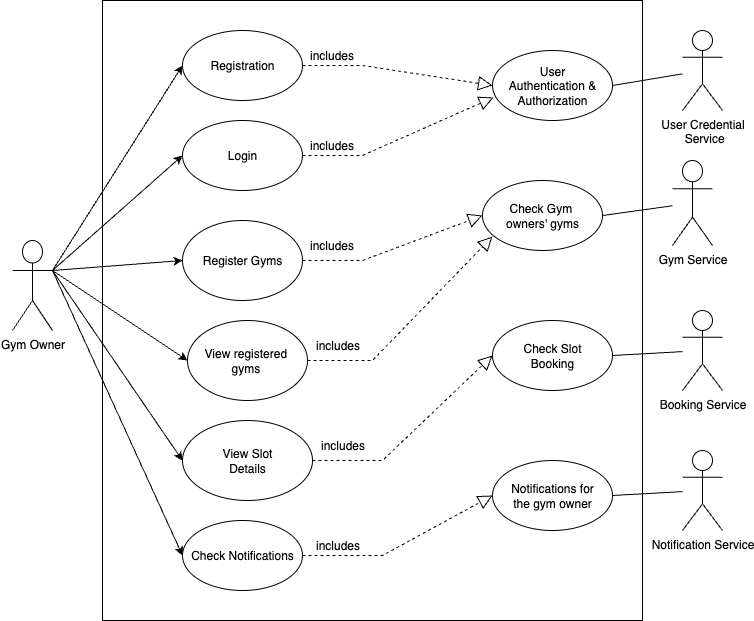
Before: UML-Artifacts/Flipfit-Usecase-Diagrams/gym-owner-UC.drawio.png, a diagram exported from draw.io (ihita2812/JEDI-Flipkart-Development-Group-B). Source tidied: cells renumbered, new cells last; positions are measured from the earlier drawing's top-left corner, leaving out a move shared by most shapes. The source it was exported from:
```xml
<mxGraphModel>
  <root>
    <mxCell id="0" />
    <mxCell id="1" parent="0" />
    <mxCell id="2" style="rounded=0;whiteSpace=wrap;html=1;" parent="1" vertex="1">
      <mxGeometry x="90" width="540" height="620" as="geometry" />
    </mxCell>
    <mxCell id="3" value="Gym Owner&lt;div&gt;&lt;br&gt;&lt;/div&gt;" style="shape=umlActor;verticalLabelPosition=bottom;verticalAlign=top;html=1;outlineConnect=0;" parent="1" vertex="1">
      <mxGeometry y="240" width="40" height="90" as="geometry" />
    </mxCell>
    <mxCell id="4" value="Registration" style="ellipse;whiteSpace=wrap;html=1;" parent="1" vertex="1">
      <mxGeometry x="170" y="30" width="120" height="70" as="geometry" />
    </mxCell>
    <mxCell id="5" style="endArrow=classic;html=1;rounded=0;exitX=1;exitY=0.3333333333333333;exitDx=0;exitDy=0;exitPerimeter=0;entryX=0;entryY=0.5;entryDx=0;entryDy=0;" parent="1" edge="1" source="3" target="4">
      <mxGeometry relative="1" as="geometry" />
    </mxCell>
    <mxCell id="6" value="Login" style="ellipse;whiteSpace=wrap;html=1;" parent="1" vertex="1">
      <mxGeometry x="170" y="120" width="120" height="70" as="geometry" />
    </mxCell>
    <mxCell id="7" style="endArrow=classic;html=1;rounded=0;exitX=1;exitY=0.3333333333333333;exitDx=0;exitDy=0;exitPerimeter=0;entryX=0;entryY=0.5;entryDx=0;entryDy=0;" parent="1" edge="1" source="3" target="6">
      <mxGeometry relative="1" as="geometry" />
    </mxCell>
    <mxCell id="8" value="View registered&amp;nbsp;&lt;div&gt;gyms&amp;nbsp;&lt;/div&gt;" style="ellipse;whiteSpace=wrap;html=1;" parent="1" vertex="1">
      <mxGeometry x="175" y="320" width="120" height="80" as="geometry" />
    </mxCell>
    <mxCell id="9" value="View Slot&lt;div&gt;Details&lt;/div&gt;" style="ellipse;whiteSpace=wrap;html=1;" parent="1" vertex="1">
      <mxGeometry x="170" y="420" width="130" height="80" as="geometry" />
    </mxCell>
    <mxCell id="10" value="User&lt;div&gt;Authentication &amp;amp;&lt;/div&gt;&lt;div&gt;Authorization&lt;/div&gt;" style="ellipse;whiteSpace=wrap;html=1;" parent="1" vertex="1">
      <mxGeometry x="480" y="50" width="120" height="70" as="geometry" />
    </mxCell>
    <mxCell id="11" style="endArrow=classic;html=1;rounded=0;exitX=1;exitY=0.3333333333333333;exitDx=0;exitDy=0;exitPerimeter=0;entryX=0;entryY=0.5;entryDx=0;entryDy=0;" parent="1" edge="1" source="3" target="8">
      <mxGeometry relative="1" as="geometry" />
    </mxCell>
    <mxCell id="12" style="endArrow=classic;html=1;rounded=0;exitX=1;exitY=0.3333333333333333;exitDx=0;exitDy=0;exitPerimeter=0;entryX=0;entryY=0.5;entryDx=0;entryDy=0;" parent="1" edge="1" source="3" target="9">
      <mxGeometry relative="1" as="geometry" />
    </mxCell>
    <mxCell id="13" value="Register Gyms" style="ellipse;whiteSpace=wrap;html=1;" parent="1" vertex="1">
      <mxGeometry x="170" y="220" width="120" height="80" as="geometry" />
    </mxCell>
    <mxCell id="14" style="endArrow=classic;html=1;rounded=0;entryX=0;entryY=0.5;entryDx=0;entryDy=0;" parent="1" edge="1" target="13">
      <mxGeometry relative="1" as="geometry">
        <mxPoint x="40" y="270" as="sourcePoint" />
      </mxGeometry>
    </mxCell>
    <mxCell id="15" value="User Credential&lt;div&gt;&amp;nbsp;Service&lt;/div&gt;" style="shape=umlActor;verticalLabelPosition=bottom;verticalAlign=top;html=1;outlineConnect=0;" parent="1" vertex="1">
      <mxGeometry x="670" y="30" width="40" height="80" as="geometry" />
    </mxCell>
    <mxCell id="16" value="Booking Service" style="shape=umlActor;verticalLabelPosition=bottom;verticalAlign=top;html=1;outlineConnect=0;" parent="1" vertex="1">
      <mxGeometry x="670" y="310" width="40" height="80" as="geometry" />
    </mxCell>
    <mxCell id="17" value="Gym Service" style="shape=umlActor;verticalLabelPosition=bottom;verticalAlign=top;html=1;outlineConnect=0;" parent="1" vertex="1">
      <mxGeometry x="660" y="160" width="40" height="85" as="geometry" />
    </mxCell>
    <mxCell id="18" value="Notification Service" style="shape=umlActor;verticalLabelPosition=bottom;verticalAlign=top;html=1;outlineConnect=0;" parent="1" vertex="1">
      <mxGeometry x="670" y="450" width="40" height="80" as="geometry" />
    </mxCell>
    <mxCell id="19" value="Check Notifications" style="ellipse;whiteSpace=wrap;html=1;" parent="1" vertex="1">
      <mxGeometry x="170" y="520" width="120" height="70" as="geometry" />
    </mxCell>
    <mxCell id="20" style="endArrow=classic;html=1;rounded=0;exitX=1;exitY=0.3333333333333333;exitDx=0;exitDy=0;exitPerimeter=0;entryX=0;entryY=0.5;entryDx=0;entryDy=0;" parent="1" edge="1" source="3" target="19">
      <mxGeometry relative="1" as="geometry" />
    </mxCell>
    <mxCell id="21" value="Notifications&amp;nbsp;&lt;span style=&quot;background-color: transparent; color: light-dark(rgb(0, 0, 0), rgb(255, 255, 255));&quot;&gt;for&lt;/span&gt;&lt;div&gt;&lt;span style=&quot;background-color: transparent; color: light-dark(rgb(0, 0, 0), rgb(255, 255, 255));&quot;&gt;the gym owner&lt;/span&gt;&lt;/div&gt;" style="ellipse;whiteSpace=wrap;html=1;" parent="1" vertex="1">
      <mxGeometry x="480" y="460" width="120" height="70" as="geometry" />
    </mxCell>
    <mxCell id="22" value="Check Slot&lt;br&gt;Booking" style="ellipse;whiteSpace=wrap;html=1;" parent="1" vertex="1">
      <mxGeometry x="480" y="320" width="120" height="70" as="geometry" />
    </mxCell>
    <mxCell id="23" value="Check Gym&amp;nbsp;&lt;div&gt;owners' gyms&lt;/div&gt;" style="ellipse;whiteSpace=wrap;html=1;" parent="1" vertex="1">
      <mxGeometry x="470" y="180" width="120" height="70" as="geometry" />
    </mxCell>
    <mxCell id="24" style="endArrow=block;dashed=1;endFill=0;endSize=12;html=1;rounded=0;exitX=1;exitY=0.5;exitDx=0;exitDy=0;entryX=0;entryY=0.5;entryDx=0;entryDy=0;" parent="1" edge="1" source="4" target="10">
      <mxGeometry relative="1" as="geometry">
        <Array as="points">
          <mxPoint x="350" y="65" />
        </Array>
      </mxGeometry>
    </mxCell>
    <mxCell id="25" value="includes" style="text;html=1;align=center;verticalAlign=middle;strokeColor=none;fillColor=none;" parent="1" vertex="1">
      <mxGeometry x="284" y="40" width="70" height="30" as="geometry" />
    </mxCell>
    <mxCell id="26" style="endArrow=block;dashed=1;endFill=0;endSize=12;html=1;rounded=0;exitX=1;exitY=0.5;exitDx=0;exitDy=0;entryX=0;entryY=0.5;entryDx=0;entryDy=0;" parent="1" edge="1" source="19" target="21">
      <mxGeometry relative="1" as="geometry">
        <Array as="points">
          <mxPoint x="370" y="555" />
        </Array>
      </mxGeometry>
    </mxCell>
    <mxCell id="27" style="endArrow=block;dashed=1;endFill=0;endSize=12;html=1;rounded=0;exitX=1;exitY=0.5;exitDx=0;exitDy=0;entryX=0;entryY=0.5;entryDx=0;entryDy=0;" parent="1" edge="1" source="9" target="22">
      <mxGeometry relative="1" as="geometry">
        <Array as="points">
          <mxPoint x="370" y="460" />
        </Array>
      </mxGeometry>
    </mxCell>
    <mxCell id="28" style="endArrow=block;dashed=1;endFill=0;endSize=12;html=1;rounded=0;entryX=0.083;entryY=0.8;entryDx=0;entryDy=0;exitX=1;exitY=0.5;exitDx=0;exitDy=0;entryPerimeter=0;" parent="1" edge="1" source="8" target="23">
      <mxGeometry relative="1" as="geometry">
        <Array as="points">
          <mxPoint x="360" y="360" />
        </Array>
      </mxGeometry>
    </mxCell>
    <mxCell id="29" style="endArrow=block;dashed=1;endFill=0;endSize=12;html=1;rounded=0;exitX=1;exitY=0.5;exitDx=0;exitDy=0;entryX=0;entryY=0.5;entryDx=0;entryDy=0;" parent="1" edge="1" source="13" target="23">
      <mxGeometry relative="1" as="geometry">
        <Array as="points">
          <mxPoint x="350" y="260" />
        </Array>
      </mxGeometry>
    </mxCell>
    <mxCell id="30" style="endArrow=block;dashed=1;endFill=0;endSize=12;html=1;rounded=0;exitX=1;exitY=0.5;exitDx=0;exitDy=0;entryX=0.008;entryY=0.671;entryDx=0;entryDy=0;entryPerimeter=0;" parent="1" edge="1" source="6" target="10">
      <mxGeometry relative="1" as="geometry">
        <Array as="points">
          <mxPoint x="350" y="155" />
        </Array>
      </mxGeometry>
    </mxCell>
    <mxCell id="31" value="includes" style="text;html=1;align=center;verticalAlign=middle;strokeColor=none;fillColor=none;" parent="1" vertex="1">
      <mxGeometry x="284" y="130" width="70" height="30" as="geometry" />
    </mxCell>
    <mxCell id="32" value="includes" style="text;html=1;align=center;verticalAlign=middle;strokeColor=none;fillColor=none;" parent="1" vertex="1">
      <mxGeometry x="284" y="230" width="70" height="30" as="geometry" />
    </mxCell>
    <mxCell id="33" value="includes" style="text;html=1;align=center;verticalAlign=middle;strokeColor=none;fillColor=none;" parent="1" vertex="1">
      <mxGeometry x="290" y="330" width="70" height="30" as="geometry" />
    </mxCell>
    <mxCell id="34" value="includes" style="text;html=1;align=center;verticalAlign=middle;strokeColor=none;fillColor=none;" parent="1" vertex="1">
      <mxGeometry x="295" y="430" width="70" height="30" as="geometry" />
    </mxCell>
    <mxCell id="35" value="includes" style="text;html=1;align=center;verticalAlign=middle;strokeColor=none;fillColor=none;" parent="1" vertex="1">
      <mxGeometry x="290" y="530" width="70" height="30" as="geometry" />
    </mxCell>
    <mxCell id="36" style="endArrow=none;html=1;rounded=0;exitX=1;exitY=0.5;exitDx=0;exitDy=0;" parent="1" edge="1" source="10" target="15">
      <mxGeometry relative="1" as="geometry" />
    </mxCell>
    <mxCell id="37" style="endArrow=none;html=1;rounded=0;exitX=1;exitY=0.5;exitDx=0;exitDy=0;" parent="1" edge="1" source="21" target="18">
      <mxGeometry relative="1" as="geometry" />
    </mxCell>
    <mxCell id="38" style="endArrow=none;html=1;rounded=0;exitX=1;exitY=0.5;exitDx=0;exitDy=0;" parent="1" edge="1" source="22" target="16">
      <mxGeometry relative="1" as="geometry" />
    </mxCell>
    <mxCell id="39" style="endArrow=none;html=1;rounded=0;exitX=1;exitY=0.5;exitDx=0;exitDy=0;" parent="1" edge="1" source="23" target="17">
      <mxGeometry relative="1" as="geometry" />
    </mxCell>
  </root>
</mxGraphModel>
```
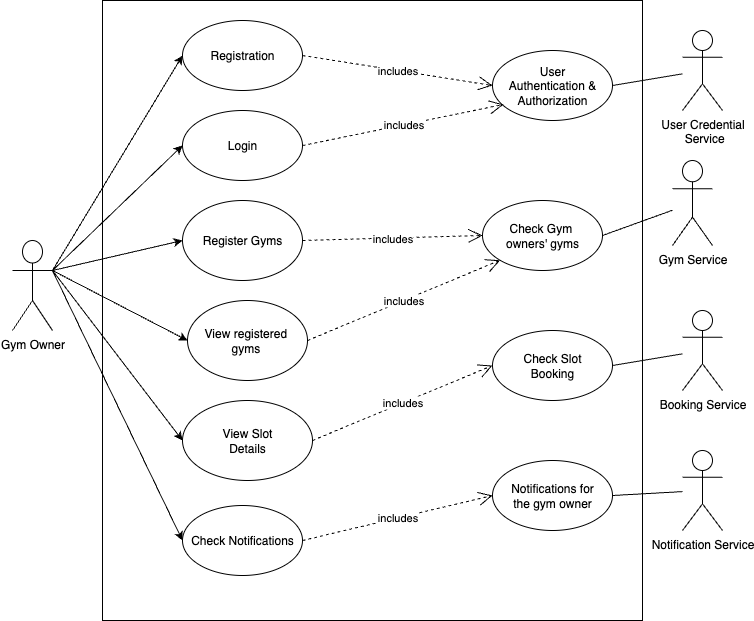
The same diagram one commit later.

What changed in the source:
```diff
@@ -9,22 +9,22 @@
       <mxGeometry y="240" width="40" height="90" as="geometry" />
     </mxCell>
     <mxCell id="4" value="Registration" style="ellipse;whiteSpace=wrap;html=1;" parent="1" vertex="1">
-      <mxGeometry x="170" y="30" width="120" height="70" as="geometry" />
+      <mxGeometry x="170" y="20" width="120" height="70" as="geometry" />
     </mxCell>
     <mxCell id="5" style="endArrow=classic;html=1;rounded=0;exitX=1;exitY=0.3333333333333333;exitDx=0;exitDy=0;exitPerimeter=0;entryX=0;entryY=0.5;entryDx=0;entryDy=0;" parent="1" edge="1" source="3" target="4">
       <mxGeometry relative="1" as="geometry" />
     </mxCell>
     <mxCell id="6" value="Login" style="ellipse;whiteSpace=wrap;html=1;" parent="1" vertex="1">
-      <mxGeometry x="170" y="120" width="120" height="70" as="geometry" />
+      <mxGeometry x="170" y="110" width="120" height="70" as="geometry" />
     </mxCell>
     <mxCell id="7" style="endArrow=classic;html=1;rounded=0;exitX=1;exitY=0.3333333333333333;exitDx=0;exitDy=0;exitPerimeter=0;entryX=0;entryY=0.5;entryDx=0;entryDy=0;" parent="1" edge="1" source="3" target="6">
       <mxGeometry relative="1" as="geometry" />
     </mxCell>
     <mxCell id="8" value="View registered&amp;nbsp;&lt;div&gt;gyms&amp;nbsp;&lt;/div&gt;" style="ellipse;whiteSpace=wrap;html=1;" parent="1" vertex="1">
-      <mxGeometry x="175" y="320" width="120" height="80" as="geometry" />
+      <mxGeometry x="175" y="300" width="120" height="80" as="geometry" />
     </mxCell>
     <mxCell id="9" value="View Slot&lt;div&gt;Details&lt;/div&gt;" style="ellipse;whiteSpace=wrap;html=1;" parent="1" vertex="1">
-      <mxGeometry x="170" y="420" width="130" height="80" as="geometry" />
+      <mxGeometry x="170" y="400" width="130" height="80" as="geometry" />
     </mxCell>
     <mxCell id="10" value="User&lt;div&gt;Authentication &amp;amp;&lt;/div&gt;&lt;div&gt;Authorization&lt;/div&gt;" style="ellipse;whiteSpace=wrap;html=1;" parent="1" vertex="1">
       <mxGeometry x="480" y="50" width="120" height="70" as="geometry" />
@@ -36,7 +36,7 @@
       <mxGeometry relative="1" as="geometry" />
     </mxCell>
     <mxCell id="13" value="Register Gyms" style="ellipse;whiteSpace=wrap;html=1;" parent="1" vertex="1">
-      <mxGeometry x="170" y="220" width="120" height="80" as="geometry" />
+      <mxGeometry x="170" y="200" width="120" height="80" as="geometry" />
     </mxCell>
     <mxCell id="14" style="endArrow=classic;html=1;rounded=0;entryX=0;entryY=0.5;entryDx=0;entryDy=0;" parent="1" edge="1" target="13">
       <mxGeometry relative="1" as="geometry">
@@ -56,7 +56,7 @@
       <mxGeometry x="670" y="450" width="40" height="80" as="geometry" />
     </mxCell>
     <mxCell id="19" value="Check Notifications" style="ellipse;whiteSpace=wrap;html=1;" parent="1" vertex="1">
-      <mxGeometry x="170" y="520" width="120" height="70" as="geometry" />
+      <mxGeometry x="170" y="505" width="120" height="70" as="geometry" />
     </mxCell>
     <mxCell id="20" style="endArrow=classic;html=1;rounded=0;exitX=1;exitY=0.3333333333333333;exitDx=0;exitDy=0;exitPerimeter=0;entryX=0;entryY=0.5;entryDx=0;entryDy=0;" parent="1" edge="1" source="3" target="19">
       <mxGeometry relative="1" as="geometry" />
@@ -65,82 +65,40 @@
       <mxGeometry x="480" y="460" width="120" height="70" as="geometry" />
     </mxCell>
     <mxCell id="22" value="Check Slot&lt;br&gt;Booking" style="ellipse;whiteSpace=wrap;html=1;" parent="1" vertex="1">
-      <mxGeometry x="480" y="320" width="120" height="70" as="geometry" />
+      <mxGeometry x="480" y="330" width="120" height="70" as="geometry" />
     </mxCell>
     <mxCell id="23" value="Check Gym&amp;nbsp;&lt;div&gt;owners' gyms&lt;/div&gt;" style="ellipse;whiteSpace=wrap;html=1;" parent="1" vertex="1">
-      <mxGeometry x="470" y="180" width="120" height="70" as="geometry" />
+      <mxGeometry x="470" y="200" width="120" height="70" as="geometry" />
     </mxCell>
+    <mxCell id="36" style="endArrow=none;html=1;rounded=0;exitX=1;exitY=0.5;exitDx=0;exitDy=0;" parent="1" edge="1" source="10" target="15">
+      <mxGeometry relative="1" as="geometry" />
+    </mxCell>
+    <mxCell id="37" style="endArrow=none;html=1;rounded=0;exitX=1;exitY=0.5;exitDx=0;exitDy=0;" parent="1" edge="1" source="21" target="18">
+      <mxGeometry relative="1" as="geometry" />
+    </mxCell>
+    <mxCell id="38" style="endArrow=none;html=1;rounded=0;exitX=1;exitY=0.5;exitDx=0;exitDy=0;" parent="1" edge="1" source="22" target="16">
+      <mxGeometry relative="1" as="geometry" />
+    </mxCell>
+    <mxCell id="39" style="endArrow=none;html=1;rounded=0;exitX=1;exitY=0.5;exitDx=0;exitDy=0;" parent="1" edge="1" source="23" target="17">
+      <mxGeometry relative="1" as="geometry" />
+    </mxCell>
-    <mxCell id="24" style="endArrow=block;dashed=1;endFill=0;endSize=12;html=1;rounded=0;exitX=1;exitY=0.5;exitDx=0;exitDy=0;entryX=0;entryY=0.5;entryDx=0;entryDy=0;" parent="1" edge="1" source="4" target="10">
-      <mxGeometry relative="1" as="geometry">
-        <Array as="points">
-          <mxPoint x="350" y="65" />
-        </Array>
-      </mxGeometry>
+    <mxCell id="24" value="includes" style="endArrow=open;endSize=12;dashed=1;html=1;rounded=0;entryX=0;entryY=0.5;entryDx=0;entryDy=0;exitX=1;exitY=0.5;exitDx=0;exitDy=0;" parent="1" edge="1" source="4" target="10">
+      <mxGeometry relative="1" as="geometry" />
     </mxCell>
-    <mxCell id="25" value="includes" style="text;html=1;align=center;verticalAlign=middle;strokeColor=none;fillColor=none;" parent="1" vertex="1">
-      <mxGeometry x="284" y="40" width="70" height="30" as="geometry" />
-    </mxCell>
+    <mxCell id="30" value="includes" style="endArrow=open;endSize=12;dashed=1;html=1;rounded=0;entryX=0.092;entryY=0.771;entryDx=0;entryDy=0;exitX=1;exitY=0.5;exitDx=0;exitDy=0;entryPerimeter=0;" parent="1" edge="1" source="6" target="10">
+      <mxGeometry relative="1" as="geometry" />
+    </mxCell>
-    <mxCell id="26" style="endArrow=block;dashed=1;endFill=0;endSize=12;html=1;rounded=0;exitX=1;exitY=0.5;exitDx=0;exitDy=0;entryX=0;entryY=0.5;entryDx=0;entryDy=0;" parent="1" edge="1" source="19" target="21">
-      <mxGeometry relative="1" as="geometry">
-        <Array as="points">
-          <mxPoint x="370" y="555" />
-        </Array>
-      </mxGeometry>
+    <mxCell id="26" value="includes" style="endArrow=open;endSize=12;dashed=1;html=1;rounded=0;entryX=0;entryY=0.5;entryDx=0;entryDy=0;exitX=1;exitY=0.5;exitDx=0;exitDy=0;" parent="1" edge="1" source="19" target="21">
+      <mxGeometry relative="1" as="geometry" />
     </mxCell>
-    <mxCell id="27" style="endArrow=block;dashed=1;endFill=0;endSize=12;html=1;rounded=0;exitX=1;exitY=0.5;exitDx=0;exitDy=0;entryX=0;entryY=0.5;entryDx=0;entryDy=0;" parent="1" edge="1" source="9" target="22">
-      <mxGeometry relative="1" as="geometry">
-        <Array as="points">
-          <mxPoint x="370" y="460" />
-        </Array>
-      </mxGeometry>
+    <mxCell id="27" value="includes" style="endArrow=open;endSize=12;dashed=1;html=1;rounded=0;entryX=0;entryY=0.5;entryDx=0;entryDy=0;exitX=1;exitY=0.5;exitDx=0;exitDy=0;" parent="1" edge="1" source="9" target="22">
+      <mxGeometry relative="1" as="geometry" />
     </mxCell>
-    <mxCell id="28" style="endArrow=block;dashed=1;endFill=0;endSize=12;html=1;rounded=0;entryX=0.083;entryY=0.8;entryDx=0;entryDy=0;exitX=1;exitY=0.5;exitDx=0;exitDy=0;entryPerimeter=0;" parent="1" edge="1" source="8" target="23">
-      <mxGeometry relative="1" as="geometry">
-        <Array as="points">
-          <mxPoint x="360" y="360" />
-        </Array>
-      </mxGeometry>
+    <mxCell id="28" value="includes" style="endArrow=open;endSize=12;dashed=1;html=1;rounded=0;entryX=0;entryY=1;entryDx=0;entryDy=0;exitX=1;exitY=0.5;exitDx=0;exitDy=0;" parent="1" edge="1" source="8" target="23">
+      <mxGeometry relative="1" as="geometry" />
     </mxCell>
-    <mxCell id="29" style="endArrow=block;dashed=1;endFill=0;endSize=12;html=1;rounded=0;exitX=1;exitY=0.5;exitDx=0;exitDy=0;entryX=0;entryY=0.5;entryDx=0;entryDy=0;" parent="1" edge="1" source="13" target="23">
-      <mxGeometry relative="1" as="geometry">
-        <Array as="points">
-          <mxPoint x="350" y="260" />
-        </Array>
-      </mxGeometry>
+    <mxCell id="29" value="includes" style="endArrow=open;endSize=12;dashed=1;html=1;rounded=0;entryX=0;entryY=0.5;entryDx=0;entryDy=0;exitX=1;exitY=0.5;exitDx=0;exitDy=0;" parent="1" edge="1" source="13" target="23">
+      <mxGeometry relative="1" as="geometry" />
     </mxCell>
-    <mxCell id="30" style="endArrow=block;dashed=1;endFill=0;endSize=12;html=1;rounded=0;exitX=1;exitY=0.5;exitDx=0;exitDy=0;entryX=0.008;entryY=0.671;entryDx=0;entryDy=0;entryPerimeter=0;" parent="1" edge="1" source="6" target="10">
-      <mxGeometry relative="1" as="geometry">
-        <Array as="points">
-          <mxPoint x="350" y="155" />
-        </Array>
-      </mxGeometry>
-    </mxCell>
-    <mxCell id="31" value="includes" style="text;html=1;align=center;verticalAlign=middle;strokeColor=none;fillColor=none;" parent="1" vertex="1">
-      <mxGeometry x="284" y="130" width="70" height="30" as="geometry" />
-    </mxCell>
-    <mxCell id="32" value="includes" style="text;html=1;align=center;verticalAlign=middle;strokeColor=none;fillColor=none;" parent="1" vertex="1">
-      <mxGeometry x="284" y="230" width="70" height="30" as="geometry" />
-    </mxCell>
-    <mxCell id="33" value="includes" style="text;html=1;align=center;verticalAlign=middle;strokeColor=none;fillColor=none;" parent="1" vertex="1">
-      <mxGeometry x="290" y="330" width="70" height="30" as="geometry" />
-    </mxCell>
-    <mxCell id="34" value="includes" style="text;html=1;align=center;verticalAlign=middle;strokeColor=none;fillColor=none;" parent="1" vertex="1">
-      <mxGeometry x="295" y="430" width="70" height="30" as="geometry" />
-    </mxCell>
-    <mxCell id="35" value="includes" style="text;html=1;align=center;verticalAlign=middle;strokeColor=none;fillColor=none;" parent="1" vertex="1">
-      <mxGeometry x="290" y="530" width="70" height="30" as="geometry" />
-    </mxCell>
-    <mxCell id="36" style="endArrow=none;html=1;rounded=0;exitX=1;exitY=0.5;exitDx=0;exitDy=0;" parent="1" edge="1" source="10" target="15">
-      <mxGeometry relative="1" as="geometry" />
-    </mxCell>
-    <mxCell id="37" style="endArrow=none;html=1;rounded=0;exitX=1;exitY=0.5;exitDx=0;exitDy=0;" parent="1" edge="1" source="21" target="18">
-      <mxGeometry relative="1" as="geometry" />
-    </mxCell>
-    <mxCell id="38" style="endArrow=none;html=1;rounded=0;exitX=1;exitY=0.5;exitDx=0;exitDy=0;" parent="1" edge="1" source="22" target="16">
-      <mxGeometry relative="1" as="geometry" />
-    </mxCell>
-    <mxCell id="39" style="endArrow=none;html=1;rounded=0;exitX=1;exitY=0.5;exitDx=0;exitDy=0;" parent="1" edge="1" source="23" target="17">
-      <mxGeometry relative="1" as="geometry" />
-    </mxCell>
   </root>
 </mxGraphModel>
```
